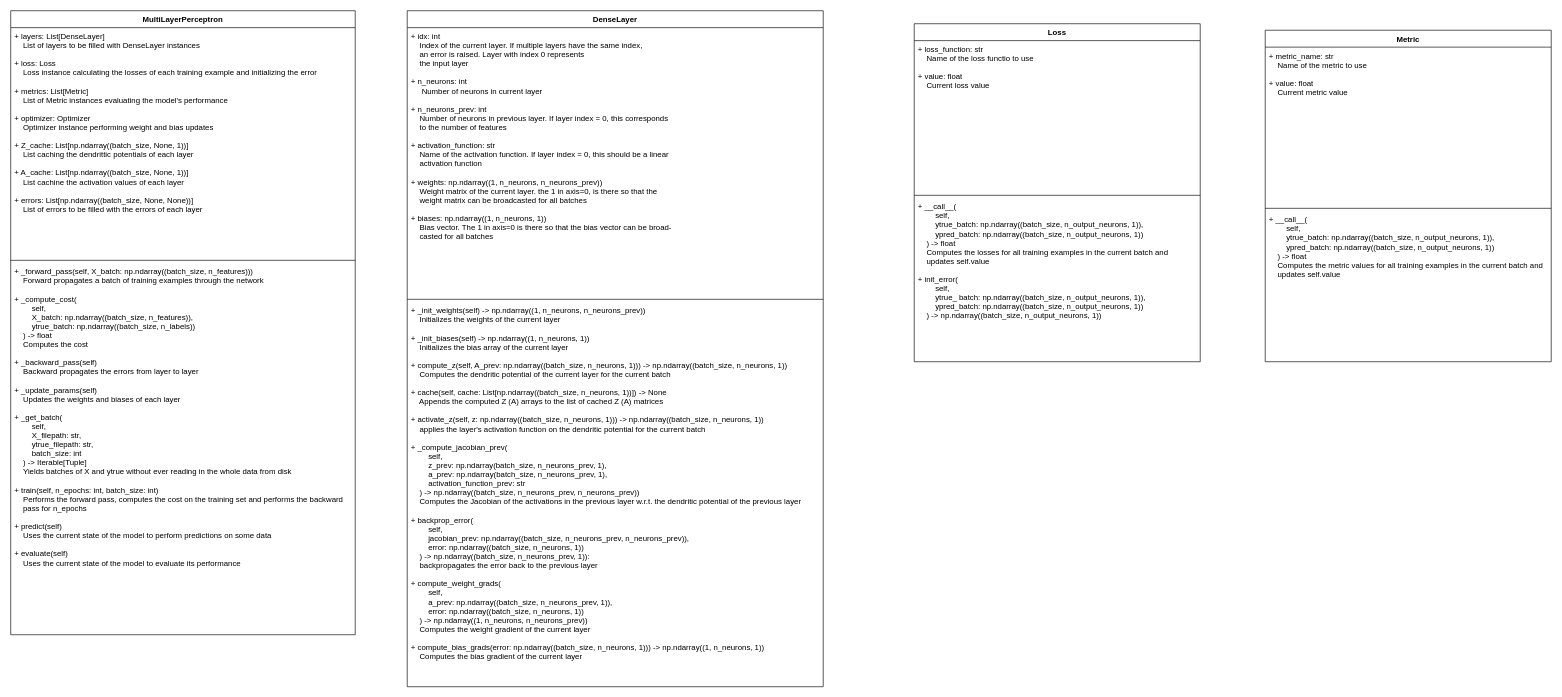
Earlier version of the draw.io diagram page "classes" (2 of 2) of theory/implementation.drawio (kevinsuedmersen/neural_networks_from_scratch). Source tidied: cells renumbered, new cells numbered last; positions are measured from the earlier drawing's top-left corner, leaving out a move shared by most shapes. Both pictures are drawn from the tidied source at 65%, with x=0, y=0 at pixel (10, 10).
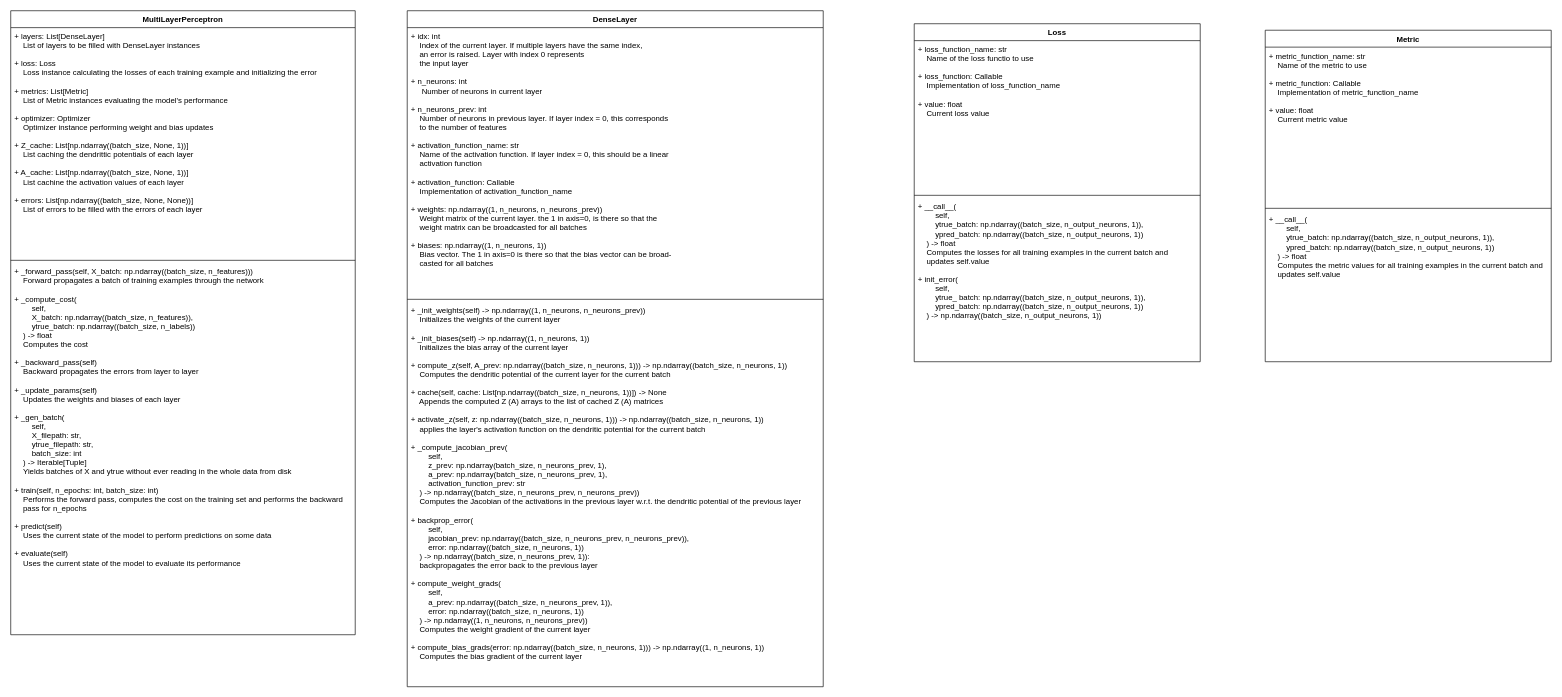
The same diagram, later.

The edit, as a diff of the source:
```diff
@@
 <mxGraphModel>
   <root>
     <mxCell id="0" />
     <mxCell id="1" parent="0" />
     <mxCell id="2" value="DenseLayer" style="swimlane;fontStyle=1;align=center;verticalAlign=top;horizontal=1;startSize=26;" parent="1" vertex="1">
       <mxGeometry x="610" width="640" height="1040" as="geometry" />
     </mxCell>
-    <mxCell id="3" value="+ idx: int&#10;    Index of the current layer. If multiple layers have the same index,&#10;    an error is raised. Layer with index 0 represents&#10;    the input layer&#10;&#10;+ n_neurons: int &#10;     Number of neurons in current layer&#10;&#10;+ n_neurons_prev: int  &#10;    Number of neurons in previous layer. If layer index = 0, this corresponds&#10;    to the number of features&#10;&#10;+ activation_function: str  &#10;    Name of the activation function. If layer index = 0, this should be a linear&#10;    activation function&#10;&#10;+ weights: np.ndarray((1, n_neurons, n_neurons_prev)) &#10;    Weight matrix of the current layer. the 1 in axis=0, is there so that the &#10;    weight matrix can be broadcasted for all batches&#10;&#10;+ biases: np.ndarray((1, n_neurons, 1))  &#10;    Bias vector. The 1 in axis=0 is there so that the bias vector can be broad-&#10;    casted for all batches" style="text;strokeColor=none;fillColor=none;align=left;verticalAlign=top;spacingLeft=4;spacingRight=4;overflow=hidden;" parent="2" vertex="1">
+    <mxCell id="3" value="+ idx: int&#10;    Index of the current layer. If multiple layers have the same index,&#10;    an error is raised. Layer with index 0 represents&#10;    the input layer&#10;&#10;+ n_neurons: int &#10;     Number of neurons in current layer&#10;&#10;+ n_neurons_prev: int  &#10;    Number of neurons in previous layer. If layer index = 0, this corresponds&#10;    to the number of features&#10;&#10;+ activation_function_name: str  &#10;    Name of the activation function. If layer index = 0, this should be a linear&#10;    activation function&#10;&#10;+ activation_function: Callable&#10;    Implementation of activation_function_name&#10;&#10;+ weights: np.ndarray((1, n_neurons, n_neurons_prev)) &#10;    Weight matrix of the current layer. the 1 in axis=0, is there so that the &#10;    weight matrix can be broadcasted for all batches&#10;&#10;+ biases: np.ndarray((1, n_neurons, 1))  &#10;    Bias vector. The 1 in axis=0 is there so that the bias vector can be broad-&#10;    casted for all batches" style="text;strokeColor=none;fillColor=none;align=left;verticalAlign=top;spacingLeft=4;spacingRight=4;overflow=hidden;" parent="2" vertex="1">
       <mxGeometry y="26" width="640" height="414" as="geometry" />
     </mxCell>
     <mxCell id="4" style="line;strokeWidth=1;fillColor=none;align=left;verticalAlign=middle;spacingTop=-1;spacingLeft=3;spacingRight=3;labelPosition=right;" parent="2" vertex="1">
       <mxGeometry y="440" width="640" height="8" as="geometry" />
     </mxCell>
     <mxCell id="5" value="+ _init_weights(self) -&gt; np.ndarray((1, n_neurons, n_neurons_prev))&#10;    Initializes the weights of the current layer&#10;&#10;+ _init_biases(self) -&gt; np.ndarray((1, n_neurons, 1))&#10;    Initializes the bias array of the current layer&#10;&#10;+ compute_z(self, A_prev: np.ndarray((batch_size, n_neurons, 1))) -&gt; np.ndarray((batch_size, n_neurons, 1))  &#10;    Computes the dendritic potential of the current layer for the current batch&#10;&#10;+ cache(self, cache: List[np.ndarray((batch_size, n_neurons, 1))]) -&gt; None&#10;    Appends the computed Z (A) arrays to the list of cached Z (A) matrices&#10;&#10;+ activate_z(self, z: np.ndarray((batch_size, n_neurons, 1))) -&gt; np.ndarray((batch_size, n_neurons, 1))&#10;    applies the layer's activation function on the dendritic potential for the current batch&#10;&#10;+ _compute_jacobian_prev(&#10;        self, &#10;        z_prev: np.ndarray(batch_size, n_neurons_prev, 1), &#10;        a_prev: np.ndarray(batch_size, n_neurons_prev, 1), &#10;        activation_function_prev: str&#10;    ) -&gt; np.ndarray((batch_size, n_neurons_prev, n_neurons_prev))&#10;    Computes the Jacobian of the activations in the previous layer w.r.t. the dendritic potential of the previous layer&#10;&#10;+ backprop_error(&#10;        self, &#10;        jacobian_prev: np.ndarray((batch_size, n_neurons_prev, n_neurons_prev)), &#10;        error: np.ndarray((batch_size, n_neurons, 1))&#10;    ) -&gt; np.ndarray((batch_size, n_neurons_prev, 1)):&#10;    backpropagates the error back to the previous layer&#10;&#10;+ compute_weight_grads(&#10;        self, &#10;        a_prev: np.ndarray((batch_size, n_neurons_prev, 1)), &#10;        error: np.ndarray((batch_size, n_neurons, 1))&#10;    ) -&gt; np.ndarray((1, n_neurons, n_neurons_prev))&#10;    Computes the weight gradient of the current layer&#10;&#10;+ compute_bias_grads(error: np.ndarray((batch_size, n_neurons, 1))) -&gt; np.ndarray((1, n_neurons, 1))&#10;    Computes the bias gradient of the current layer" style="text;strokeColor=none;fillColor=none;align=left;verticalAlign=top;spacingLeft=4;spacingRight=4;overflow=hidden;" parent="2" vertex="1">
       <mxGeometry y="448" width="640" height="592" as="geometry" />
     </mxCell>
     <mxCell id="6" value="MultiLayerPerceptron" style="swimlane;fontStyle=1;align=center;verticalAlign=top;horizontal=1;startSize=26;" parent="1" vertex="1">
       <mxGeometry width="530" height="960" as="geometry" />
     </mxCell>
     <mxCell id="7" value="+ layers: List[DenseLayer]&#10;    List of layers to be filled with DenseLayer instances&#10;&#10;+ loss: Loss&#10;    Loss instance calculating the losses of each training example and initializing the error&#10;&#10;+ metrics: List[Metric]&#10;    List of Metric instances evaluating the model's performance&#10;&#10;+ optimizer: Optimizer&#10;    Optimizer instance performing weight and bias updates&#10;&#10;+ Z_cache: List[np.ndarray((batch_size, None, 1))]&#10;    List caching the dendrittic potentials of each layer&#10;&#10;+ A_cache: List[np.ndarray((batch_size, None, 1))]&#10;    List cachine the activation values of each layer&#10;&#10;+ errors: List[np.ndarray((batch_size, None, None))]&#10;    List of errors to be filled with the errors of each layer" style="text;strokeColor=none;fillColor=none;align=left;verticalAlign=top;spacingLeft=4;spacingRight=4;overflow=hidden;" parent="6" vertex="1">
       <mxGeometry y="26" width="530" height="354" as="geometry" />
     </mxCell>
     <mxCell id="8" style="line;strokeWidth=1;fillColor=none;align=left;verticalAlign=middle;spacingTop=-1;spacingLeft=3;spacingRight=3;labelPosition=right;" parent="6" vertex="1">
       <mxGeometry y="380" width="530" height="8" as="geometry" />
     </mxCell>
-    <mxCell id="9" value="+ _forward_pass(self, X_batch: np.ndarray((batch_size, n_features)))&#10;    Forward propagates a batch of training examples through the network&#10;&#10;+ _compute_cost(&#10;        self,&#10;        X_batch: np.ndarray((batch_size, n_features)), &#10;        ytrue_batch: np.ndarray((batch_size, n_labels))&#10;    ) -&gt; float&#10;    Computes the cost&#10;&#10;+ _backward_pass(self)&#10;    Backward propagates the errors from layer to layer&#10;&#10;+ _update_params(self)&#10;    Updates the weights and biases of each layer&#10;&#10;+ _get_batch(&#10;        self, &#10;        X_filepath: str, &#10;        ytrue_filepath: str, &#10;        batch_size: int&#10;    ) -&gt; Iterable[Tuple]&#10;    Yields batches of X and ytrue without ever reading in the whole data from disk&#10;&#10;+ train(self, n_epochs: int, batch_size: int)&#10;    Performs the forward pass, computes the cost on the training set and performs the backward&#10;    pass for n_epochs&#10;&#10;+ predict(self)&#10;    Uses the current state of the model to perform predictions on some data&#10;&#10;+ evaluate(self)&#10;    Uses the current state of the model to evaluate its performance" style="text;strokeColor=none;fillColor=none;align=left;verticalAlign=top;spacingLeft=4;spacingRight=4;overflow=hidden;" parent="6" vertex="1">
+    <mxCell id="9" value="+ _forward_pass(self, X_batch: np.ndarray((batch_size, n_features)))&#10;    Forward propagates a batch of training examples through the network&#10;&#10;+ _compute_cost(&#10;        self,&#10;        X_batch: np.ndarray((batch_size, n_features)), &#10;        ytrue_batch: np.ndarray((batch_size, n_labels))&#10;    ) -&gt; float&#10;    Computes the cost&#10;&#10;+ _backward_pass(self)&#10;    Backward propagates the errors from layer to layer&#10;&#10;+ _update_params(self)&#10;    Updates the weights and biases of each layer&#10;&#10;+ _gen_batch(&#10;        self, &#10;        X_filepath: str, &#10;        ytrue_filepath: str, &#10;        batch_size: int&#10;    ) -&gt; Iterable[Tuple]&#10;    Yields batches of X and ytrue without ever reading in the whole data from disk&#10;&#10;+ train(self, n_epochs: int, batch_size: int)&#10;    Performs the forward pass, computes the cost on the training set and performs the backward&#10;    pass for n_epochs&#10;&#10;+ predict(self)&#10;    Uses the current state of the model to perform predictions on some data&#10;&#10;+ evaluate(self)&#10;    Uses the current state of the model to evaluate its performance" style="text;strokeColor=none;fillColor=none;align=left;verticalAlign=top;spacingLeft=4;spacingRight=4;overflow=hidden;" parent="6" vertex="1">
       <mxGeometry y="388" width="530" height="572" as="geometry" />
     </mxCell>
     <mxCell id="10" value="Loss" style="swimlane;fontStyle=1;align=center;verticalAlign=top;horizontal=1;startSize=26;" parent="1" vertex="1">
       <mxGeometry x="1390" y="20" width="440" height="520" as="geometry" />
     </mxCell>
-    <mxCell id="11" value="+ loss_function: str&#10;    Name of the loss functio to use&#10;&#10;+ value: float&#10;    Current loss value" style="text;strokeColor=none;fillColor=none;align=left;verticalAlign=top;spacingLeft=4;spacingRight=4;overflow=hidden;" parent="10" vertex="1">
+    <mxCell id="11" value="+ loss_function_name: str&#10;    Name of the loss functio to use&#10;&#10;+ loss_function: Callable&#10;    Implementation of loss_function_name&#10;&#10;+ value: float&#10;    Current loss value" style="text;strokeColor=none;fillColor=none;align=left;verticalAlign=top;spacingLeft=4;spacingRight=4;overflow=hidden;" parent="10" vertex="1">
       <mxGeometry y="26" width="440" height="234" as="geometry" />
     </mxCell>
     <mxCell id="12" style="line;strokeWidth=1;fillColor=none;align=left;verticalAlign=middle;spacingTop=-1;spacingLeft=3;spacingRight=3;labelPosition=right;" parent="10" vertex="1">
       <mxGeometry y="260" width="440" height="8" as="geometry" />
     </mxCell>
     <mxCell id="13" value="+ __call__(&#10;        self, &#10;        ytrue_batch: np.ndarray((batch_size, n_output_neurons, 1)),&#10;        ypred_batch: np.ndarray((batch_size, n_output_neurons, 1))&#10;    ) -&gt; float&#10;    Computes the losses for all training examples in the current batch and&#10;    updates self.value&#10;&#10;+ init_error(&#10;        self, &#10;        ytrue_ batch: np.ndarray((batch_size, n_output_neurons, 1)), &#10;        ypred_batch: np.ndarray((batch_size, n_output_neurons, 1))&#10;    ) -&gt; np.ndarray((batch_size, n_output_neurons, 1))" style="text;strokeColor=none;fillColor=none;align=left;verticalAlign=top;spacingLeft=4;spacingRight=4;overflow=hidden;" parent="10" vertex="1">
       <mxGeometry y="268" width="440" height="252" as="geometry" />
     </mxCell>
     <mxCell id="14" value="Metric" style="swimlane;fontStyle=1;align=center;verticalAlign=top;horizontal=1;startSize=26;" parent="1" vertex="1">
       <mxGeometry x="1930" y="30" width="440" height="510" as="geometry" />
     </mxCell>
-    <mxCell id="15" value="+ metric_name: str&#10;    Name of the metric to use&#10;&#10;+ value: float&#10;    Current metric value" style="text;strokeColor=none;fillColor=none;align=left;verticalAlign=top;spacingLeft=4;spacingRight=4;overflow=hidden;" parent="14" vertex="1">
+    <mxCell id="15" value="+ metric_function_name: str&#10;    Name of the metric to use&#10;&#10;+ metric_function: Callable&#10;    Implementation of metric_function_name&#10;&#10;+ value: float&#10;    Current metric value" style="text;strokeColor=none;fillColor=none;align=left;verticalAlign=top;spacingLeft=4;spacingRight=4;overflow=hidden;" parent="14" vertex="1">
       <mxGeometry y="26" width="440" height="244" as="geometry" />
     </mxCell>
     <mxCell id="16" style="line;strokeWidth=1;fillColor=none;align=left;verticalAlign=middle;spacingTop=-1;spacingLeft=3;spacingRight=3;labelPosition=right;" parent="14" vertex="1">
       <mxGeometry y="270" width="440" height="8" as="geometry" />
     </mxCell>
     <mxCell id="17" value="+ __call__(&#10;        self,&#10;        ytrue_batch: np.ndarray((batch_size, n_output_neurons, 1)),&#10;        ypred_batch: np.ndarray((batch_size, n_output_neurons, 1))&#10;    ) -&gt; float&#10;    Computes the metric values for all training examples in the current batch and&#10;    updates self.value" style="text;strokeColor=none;fillColor=none;align=left;verticalAlign=top;spacingLeft=4;spacingRight=4;overflow=hidden;" parent="14" vertex="1">
       <mxGeometry y="278" width="440" height="232" as="geometry" />
     </mxCell>
   </root>
 </mxGraphModel>
```
